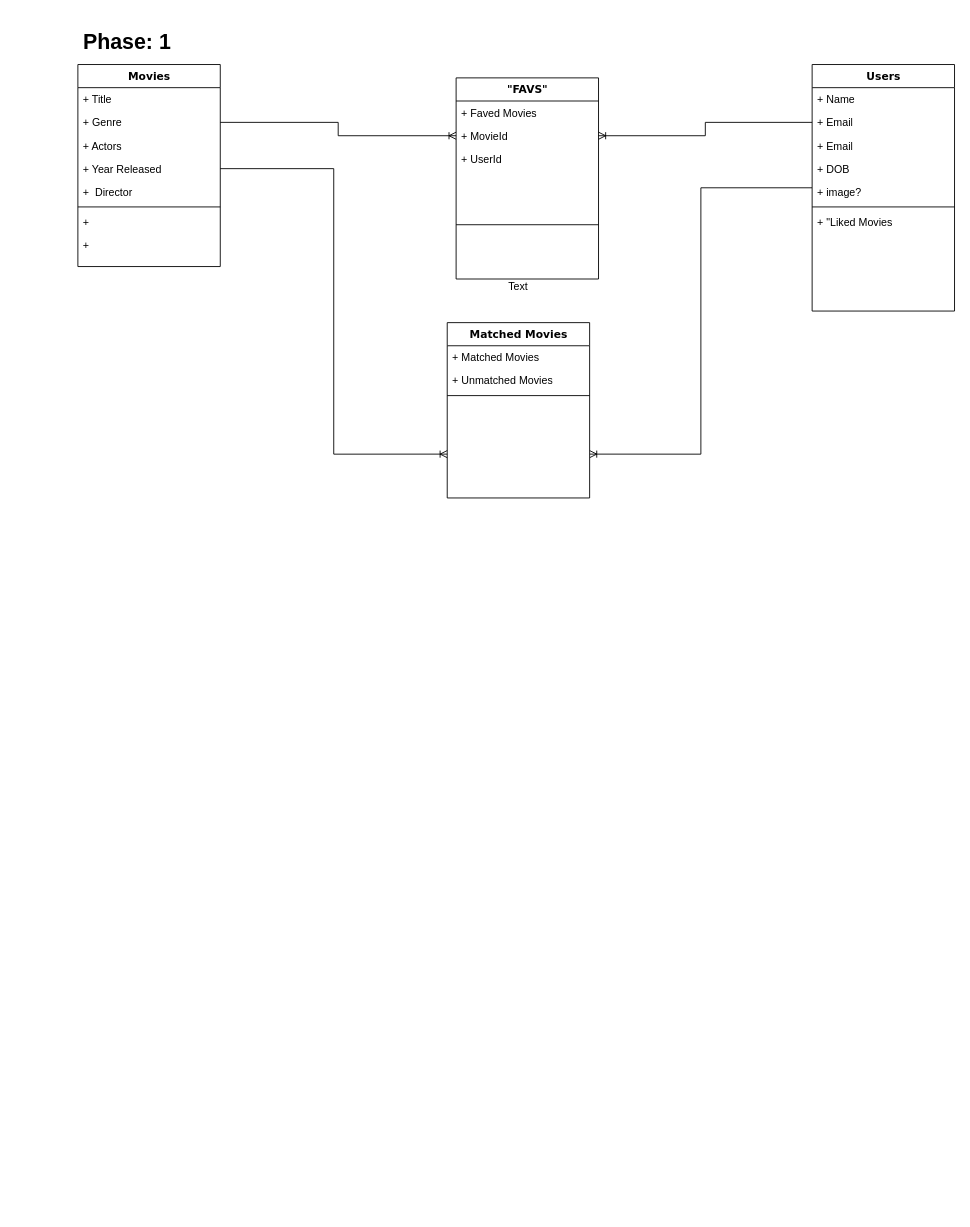
Magowntown/nextflix keeps this draw.io diagram as nextflix.drawio. Above is the earlier version. Source tidied: cells renumbered, new cells numbered last; positions are measured from the earlier drawing's top-left corner, leaving out a move shared by most shapes. Both pictures are drawn from the tidied source at 89%, with x=0, y=0 at pixel (77, 20).
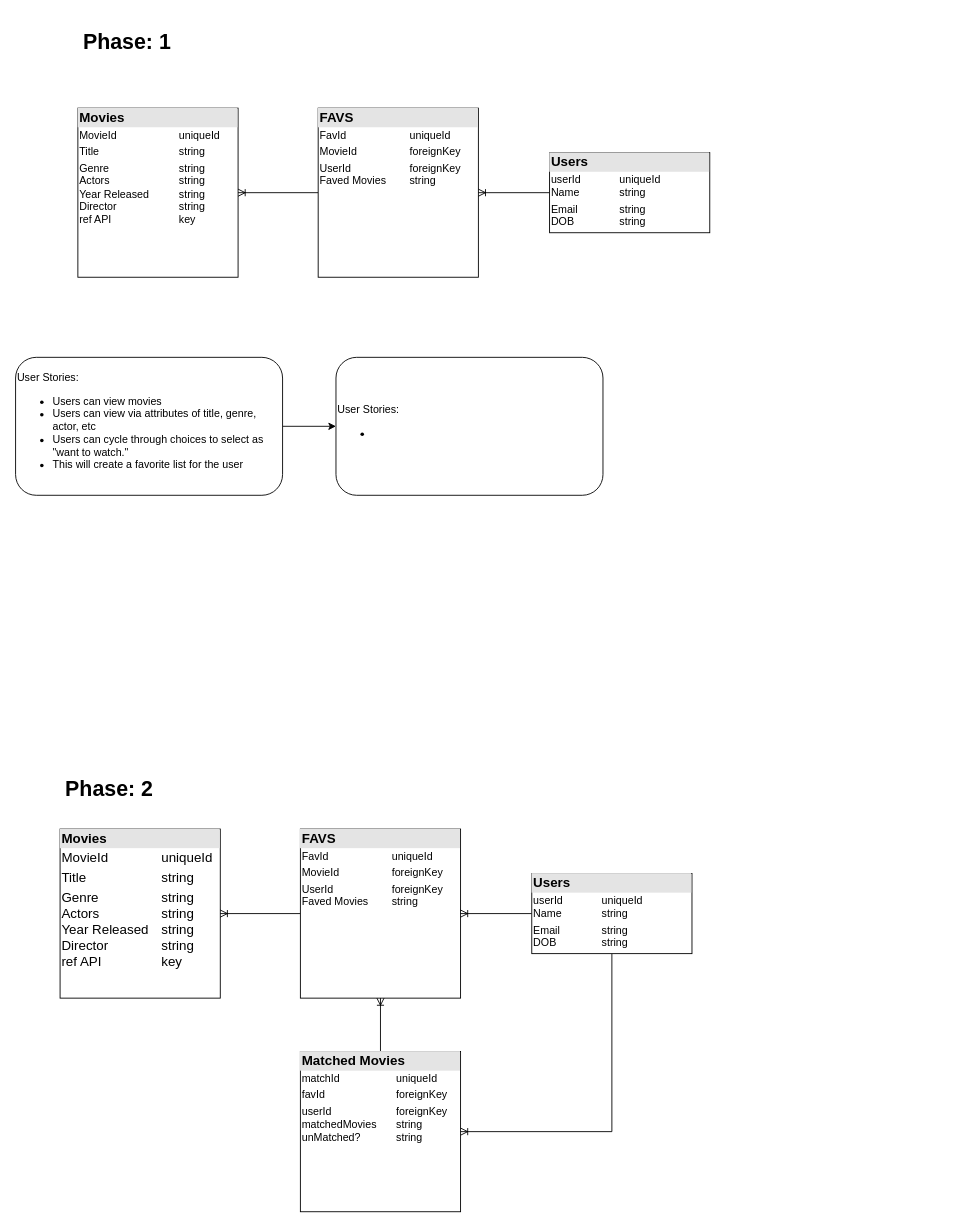
After the change.

Diff of the diagram source:
```diff
@@
-    <mxCell id="2" value="Movies" style="swimlane;html=1;fontStyle=1;align=center;verticalAlign=top;horizontal=1;startSize=26;swimlaneFillColor=#ffffff;rounded=0;shadow=0;comic=0;labelBackgroundColor=none;strokeWidth=1;fillColor=none;fontFamily=Verdana;fontSize=12;" parent="1" vertex="1">
-      <mxGeometry y="50" width="160" height="227" as="geometry" />
-    </mxCell>
-    <mxCell id="3" value="+ Title" style="text;html=1;strokeColor=none;fillColor=none;align=left;verticalAlign=top;spacingLeft=4;spacingRight=4;whiteSpace=wrap;overflow=hidden;" parent="2" vertex="1">
-      <mxGeometry y="26" width="160" height="26" as="geometry" />
-    </mxCell>
-    <mxCell id="4" value="+ Genre" style="text;html=1;strokeColor=none;fillColor=none;align=left;verticalAlign=top;spacingLeft=4;spacingRight=4;whiteSpace=wrap;overflow=hidden;points=[[0,0.5],[1,0.5]];portConstraint=eastwest;" parent="2" vertex="1">
-      <mxGeometry y="52" width="160" height="26" as="geometry" />
-    </mxCell>
-    <mxCell id="5" value="+ Actors" style="text;html=1;strokeColor=none;fillColor=none;align=left;verticalAlign=top;spacingLeft=4;spacingRight=4;whiteSpace=wrap;overflow=hidden;" parent="2" vertex="1">
-      <mxGeometry y="78" width="160" height="26" as="geometry" />
-    </mxCell>
-    <mxCell id="6" value="+ Year Released" style="text;html=1;strokeColor=none;fillColor=none;align=left;verticalAlign=top;spacingLeft=4;spacingRight=4;whiteSpace=wrap;overflow=hidden;points=[[0,0.5],[1,0.5]];portConstraint=eastwest;" parent="2" vertex="1">
-      <mxGeometry y="104" width="160" height="26" as="geometry" />
-    </mxCell>
-    <mxCell id="7" value="+&amp;nbsp; Director" style="text;html=1;strokeColor=none;fillColor=none;align=left;verticalAlign=top;spacingLeft=4;spacingRight=4;whiteSpace=wrap;overflow=hidden;" parent="2" vertex="1">
-      <mxGeometry y="130" width="160" height="26" as="geometry" />
-    </mxCell>
-    <mxCell id="8" style="line;html=1;strokeWidth=1;fillColor=none;align=left;verticalAlign=middle;spacingTop=-1;spacingLeft=3;spacingRight=3;labelPosition=right;" parent="2" vertex="1">
-      <mxGeometry y="156" width="160" height="8" as="geometry" />
-    </mxCell>
-    <mxCell id="9" value="+&amp;nbsp;" style="text;html=1;strokeColor=none;fillColor=none;align=left;verticalAlign=top;spacingLeft=4;spacingRight=4;whiteSpace=wrap;overflow=hidden;" parent="2" vertex="1">
-      <mxGeometry y="164" width="160" height="26" as="geometry" />
-    </mxCell>
-    <mxCell id="10" value="+" style="text;html=1;strokeColor=none;fillColor=none;align=left;verticalAlign=top;spacingLeft=4;spacingRight=4;whiteSpace=wrap;overflow=hidden;" parent="2" vertex="1">
-      <mxGeometry y="190" width="160" height="26" as="geometry" />
-    </mxCell>
-    <mxCell id="11" style="edgeStyle=orthogonalEdgeStyle;rounded=0;jettySize=auto;html=1;entryX=1;entryY=0.75;entryDx=0;entryDy=0;endArrow=ERoneToMany;endFill=0;" parent="1" edge="1" source="12" target="20">
-      <mxGeometry relative="1" as="geometry" />
-    </mxCell>
-    <mxCell id="12" value="Users" style="swimlane;html=1;fontStyle=1;align=center;verticalAlign=top;horizontal=1;startSize=26;swimlaneFillColor=#ffffff;rounded=0;shadow=0;comic=0;labelBackgroundColor=none;strokeWidth=1;fillColor=none;fontFamily=Verdana;fontSize=12;" parent="1" vertex="1">
-      <mxGeometry x="825" y="50" width="160" height="277" as="geometry" />
-    </mxCell>
-    <mxCell id="13" value="+ Name" style="text;html=1;strokeColor=none;fillColor=none;align=left;verticalAlign=top;spacingLeft=4;spacingRight=4;whiteSpace=wrap;overflow=hidden;" parent="12" vertex="1">
-      <mxGeometry y="26" width="160" height="26" as="geometry" />
-    </mxCell>
-    <mxCell id="14" value="+ Email" style="text;html=1;strokeColor=none;fillColor=none;align=left;verticalAlign=top;spacingLeft=4;spacingRight=4;whiteSpace=wrap;overflow=hidden;points=[[0,0.5],[1,0.5]];portConstraint=eastwest;" parent="12" vertex="1">
-      <mxGeometry y="52" width="160" height="26" as="geometry" />
-    </mxCell>
-    <mxCell id="15" value="+ Email" style="text;html=1;strokeColor=none;fillColor=none;align=left;verticalAlign=top;spacingLeft=4;spacingRight=4;whiteSpace=wrap;overflow=hidden;" parent="12" vertex="1">
-      <mxGeometry y="78" width="160" height="26" as="geometry" />
-    </mxCell>
-    <mxCell id="16" value="+ DOB" style="text;html=1;strokeColor=none;fillColor=none;align=left;verticalAlign=top;spacingLeft=4;spacingRight=4;whiteSpace=wrap;overflow=hidden;" parent="12" vertex="1">
-      <mxGeometry y="104" width="160" height="26" as="geometry" />
-    </mxCell>
-    <mxCell id="17" value="+ image?" style="text;html=1;strokeColor=none;fillColor=none;align=left;verticalAlign=top;spacingLeft=4;spacingRight=4;whiteSpace=wrap;overflow=hidden;" parent="12" vertex="1">
-      <mxGeometry y="130" width="160" height="26" as="geometry" />
-    </mxCell>
-    <mxCell id="18" style="line;html=1;strokeWidth=1;fillColor=none;align=left;verticalAlign=middle;spacingTop=-1;spacingLeft=3;spacingRight=3;labelPosition=right;" parent="12" vertex="1">
-      <mxGeometry y="156" width="160" height="8" as="geometry" />
-    </mxCell>
-    <mxCell id="19" value="+ &quot;Liked Movies" style="text;html=1;strokeColor=none;fillColor=none;align=left;verticalAlign=top;spacingLeft=4;spacingRight=4;whiteSpace=wrap;overflow=hidden;" parent="12" vertex="1">
-      <mxGeometry y="164" width="160" height="26" as="geometry" />
-    </mxCell>
-    <mxCell id="20" value="Matched Movies" style="swimlane;html=1;fontStyle=1;align=center;verticalAlign=top;horizontal=1;startSize=26;swimlaneFillColor=#ffffff;rounded=0;shadow=0;comic=0;labelBackgroundColor=none;strokeWidth=1;fillColor=none;fontFamily=Verdana;fontSize=12;" parent="1" vertex="1">
-      <mxGeometry x="415" y="340" width="160" height="197" as="geometry" />
-    </mxCell>
-    <mxCell id="21" value="+ Matched Movies" style="text;html=1;strokeColor=none;fillColor=none;align=left;verticalAlign=top;spacingLeft=4;spacingRight=4;whiteSpace=wrap;overflow=hidden;" parent="20" vertex="1">
-      <mxGeometry y="26" width="160" height="26" as="geometry" />
-    </mxCell>
-    <mxCell id="22" value="+ Unmatched Movies" style="text;html=1;strokeColor=none;fillColor=none;align=left;verticalAlign=top;spacingLeft=4;spacingRight=4;whiteSpace=wrap;overflow=hidden;" parent="20" vertex="1">
-      <mxGeometry y="52" width="160" height="26" as="geometry" />
-    </mxCell>
-    <mxCell id="23" style="line;html=1;strokeWidth=1;fillColor=none;align=left;verticalAlign=middle;spacingTop=-1;spacingLeft=3;spacingRight=3;labelPosition=right;" parent="20" vertex="1">
-      <mxGeometry y="78" width="160" height="8" as="geometry" />
-    </mxCell>
@@
-    <mxCell id="25" style="edgeStyle=orthogonalEdgeStyle;rounded=0;jettySize=auto;html=1;entryX=0;entryY=0.75;entryDx=0;entryDy=0;endArrow=ERoneToMany;endFill=0;" parent="1" edge="1" source="6" target="20">
-      <mxGeometry relative="1" as="geometry" />
-    </mxCell>
-    <mxCell id="26" value="&quot;FAVS&quot;" style="swimlane;html=1;fontStyle=1;align=center;verticalAlign=top;horizontal=1;startSize=26;swimlaneFillColor=#ffffff;rounded=0;shadow=0;comic=0;labelBackgroundColor=none;strokeWidth=1;fillColor=none;fontFamily=Verdana;fontSize=12;" parent="1" vertex="1">
-      <mxGeometry x="425" y="65" width="160" height="226" as="geometry" />
-    </mxCell>
-    <mxCell id="27" value="+ Faved Movies" style="text;html=1;strokeColor=none;fillColor=none;align=left;verticalAlign=top;spacingLeft=4;spacingRight=4;whiteSpace=wrap;overflow=hidden;" parent="26" vertex="1">
-      <mxGeometry y="26" width="160" height="26" as="geometry" />
-    </mxCell>
-    <mxCell id="28" value="+ MovieId" style="text;html=1;strokeColor=none;fillColor=none;align=left;verticalAlign=top;spacingLeft=4;spacingRight=4;whiteSpace=wrap;overflow=hidden;points=[[0,0.5],[1,0.5]];portConstraint=eastwest;" parent="26" vertex="1">
-      <mxGeometry y="52" width="160" height="26" as="geometry" />
-    </mxCell>
-    <mxCell id="29" value="+ UserId" style="text;html=1;strokeColor=none;fillColor=none;align=left;verticalAlign=top;spacingLeft=4;spacingRight=4;whiteSpace=wrap;overflow=hidden;" parent="26" vertex="1">
-      <mxGeometry y="78" width="160" height="26" as="geometry" />
-    </mxCell>
-    <mxCell id="30" style="line;html=1;strokeWidth=1;fillColor=none;align=left;verticalAlign=middle;spacingTop=-1;spacingLeft=3;spacingRight=3;labelPosition=right;" parent="26" vertex="1">
-      <mxGeometry y="104" width="160" height="122" as="geometry" />
-    </mxCell>
-    <mxCell id="31" style="edgeStyle=orthogonalEdgeStyle;rounded=0;jettySize=auto;html=1;endArrow=ERoneToMany;endFill=0;" parent="1" edge="1" source="14" target="28">
-      <mxGeometry relative="1" as="geometry" />
-    </mxCell>
-    <mxCell id="32" value="Text" style="text;html=1;strokeColor=none;fillColor=none;align=center;verticalAlign=middle;whiteSpace=wrap;rounded=0;" parent="1" vertex="1">
-      <mxGeometry x="475" y="290" width="40" height="20" as="geometry" />
-    </mxCell>
-    <mxCell id="33" style="edgeStyle=orthogonalEdgeStyle;rounded=0;jettySize=auto;html=1;entryX=0;entryY=0.5;entryDx=0;entryDy=0;endArrow=ERoneToMany;endFill=0;" parent="1" edge="1" source="4" target="28">
-      <mxGeometry relative="1" as="geometry" />
-    </mxCell>
+    <mxCell id="34" value="&lt;h1&gt;Phase: 2&lt;/h1&gt;" style="text;html=1;align=center;verticalAlign=middle;" parent="1" vertex="1">
+      <mxGeometry x="-20" y="839" width="110" height="50" as="geometry" />
+    </mxCell>
+    <mxCell id="35" value="&lt;div style=&quot;box-sizing: border-box ; width: 100% ; background: #e4e4e4 ; padding: 2px&quot;&gt;&lt;b&gt;&lt;font style=&quot;font-size: 15px&quot;&gt;Movies&lt;/font&gt;&lt;/b&gt;&lt;/div&gt;&lt;table style=&quot;width: 100% ; font-size: 1em&quot; cellpadding=&quot;2&quot; cellspacing=&quot;0&quot;&gt;&lt;tbody&gt;&lt;tr&gt;&lt;td&gt;MovieId&lt;/td&gt;&lt;td&gt;uniqueId&lt;/td&gt;&lt;/tr&gt;&lt;tr&gt;&lt;td&gt;Title&lt;/td&gt;&lt;td&gt;string&lt;/td&gt;&lt;/tr&gt;&lt;tr&gt;&lt;td&gt;Genre&lt;br&gt;Actors&lt;br&gt;Year Released&lt;br&gt;Director&lt;br&gt;ref API&lt;br&gt;&lt;br&gt;&lt;/td&gt;&lt;td&gt;string&lt;br&gt;string&lt;br&gt;string&lt;br&gt;string&lt;br&gt;key&lt;br&gt;&lt;br&gt;&lt;/td&gt;&lt;/tr&gt;&lt;/tbody&gt;&lt;/table&gt;" style="verticalAlign=top;align=left;overflow=fill;html=1;" parent="1" vertex="1">
+      <mxGeometry y="99" width="180" height="190" as="geometry" />
+    </mxCell>
+    <mxCell id="36" style="edgeStyle=orthogonalEdgeStyle;rounded=0;jettySize=auto;html=1;entryX=1;entryY=0.5;entryDx=0;entryDy=0;endArrow=ERoneToMany;endFill=0;" parent="1" edge="1" source="37" target="35">
+      <mxGeometry relative="1" as="geometry" />
+    </mxCell>
+    <mxCell id="37" value="&lt;div style=&quot;box-sizing: border-box ; width: 100% ; background: #e4e4e4 ; padding: 2px&quot;&gt;&lt;b&gt;&lt;font style=&quot;font-size: 15px&quot;&gt;FAVS&lt;/font&gt;&lt;/b&gt;&lt;/div&gt;&lt;table style=&quot;width: 100% ; font-size: 1em&quot; cellpadding=&quot;2&quot; cellspacing=&quot;0&quot;&gt;&lt;tbody&gt;&lt;tr&gt;&lt;td&gt;FavId&lt;/td&gt;&lt;td&gt;uniqueId&lt;/td&gt;&lt;/tr&gt;&lt;tr&gt;&lt;td&gt;MovieId&lt;/td&gt;&lt;td&gt;foreignKey&lt;/td&gt;&lt;/tr&gt;&lt;tr&gt;&lt;td&gt;UserId&lt;br&gt;Faved Movies&lt;/td&gt;&lt;td&gt;foreignKey&lt;br&gt;string&lt;/td&gt;&lt;/tr&gt;&lt;/tbody&gt;&lt;/table&gt;" style="verticalAlign=top;align=left;overflow=fill;html=1;" parent="1" vertex="1">
+      <mxGeometry x="270" y="99" width="180" height="190" as="geometry" />
+    </mxCell>
+    <mxCell id="38" style="edgeStyle=orthogonalEdgeStyle;rounded=0;jettySize=auto;html=1;entryX=1;entryY=0.5;entryDx=0;entryDy=0;endArrow=ERoneToMany;endFill=0;" parent="1" edge="1" source="39" target="37">
+      <mxGeometry relative="1" as="geometry" />
+    </mxCell>
+    <mxCell id="39" value="&lt;div style=&quot;box-sizing: border-box ; width: 100% ; background: #e4e4e4 ; padding: 2px&quot;&gt;&lt;b&gt;&lt;font style=&quot;font-size: 15px&quot;&gt;Users&lt;/font&gt;&lt;/b&gt;&lt;/div&gt;&lt;table style=&quot;width: 100% ; font-size: 1em&quot; cellpadding=&quot;2&quot; cellspacing=&quot;0&quot;&gt;&lt;tbody&gt;&lt;tr&gt;&lt;td&gt;userId&lt;br&gt;Name&lt;/td&gt;&lt;td&gt;uniqueId&lt;br&gt;string&lt;/td&gt;&lt;/tr&gt;&lt;tr&gt;&lt;td&gt;Email&lt;br&gt;DOB&lt;br&gt;&lt;br&gt;&lt;/td&gt;&lt;td&gt;string&lt;br&gt;string&lt;br&gt;&lt;br&gt;&lt;/td&gt;&lt;/tr&gt;&lt;tr&gt;&lt;td&gt;&lt;/td&gt;&lt;td&gt;&lt;br&gt;&lt;/td&gt;&lt;/tr&gt;&lt;/tbody&gt;&lt;/table&gt;" style="verticalAlign=top;align=left;overflow=fill;html=1;" parent="1" vertex="1">
+      <mxGeometry x="530" y="149" width="180" height="90" as="geometry" />
+    </mxCell>
+    <mxCell id="40" value="&lt;div style=&quot;box-sizing: border-box ; width: 100% ; background: rgb(228 , 228 , 228) ; padding: 2px ; font-size: 15px&quot;&gt;&lt;b&gt;&lt;font style=&quot;font-size: 15px&quot;&gt;Movies&lt;/font&gt;&lt;/b&gt;&lt;/div&gt;&lt;table style=&quot;width: 100% ; font-size: 15px&quot; cellpadding=&quot;2&quot; cellspacing=&quot;0&quot;&gt;&lt;tbody&gt;&lt;tr&gt;&lt;td&gt;MovieId&lt;/td&gt;&lt;td&gt;uniqueId&lt;/td&gt;&lt;/tr&gt;&lt;tr&gt;&lt;td&gt;Title&lt;/td&gt;&lt;td&gt;string&lt;/td&gt;&lt;/tr&gt;&lt;tr&gt;&lt;td&gt;Genre&lt;br&gt;Actors&lt;br&gt;Year Released&lt;br&gt;Director&lt;br&gt;ref API&lt;br&gt;&lt;br&gt;&lt;/td&gt;&lt;td&gt;string&lt;br&gt;string&lt;br&gt;string&lt;br&gt;string&lt;br&gt;key&lt;br&gt;&lt;br&gt;&lt;/td&gt;&lt;/tr&gt;&lt;/tbody&gt;&lt;/table&gt;" style="verticalAlign=top;align=left;overflow=fill;html=1;" parent="1" vertex="1">
+      <mxGeometry x="-20" y="909" width="180" height="190" as="geometry" />
+    </mxCell>
+    <mxCell id="41" style="edgeStyle=orthogonalEdgeStyle;rounded=0;jettySize=auto;html=1;entryX=1;entryY=0.5;entryDx=0;entryDy=0;endArrow=ERoneToMany;endFill=0;" parent="1" edge="1" source="42" target="40">
+      <mxGeometry relative="1" as="geometry" />
+    </mxCell>
+    <mxCell id="42" value="&lt;div style=&quot;box-sizing: border-box ; width: 100% ; background: #e4e4e4 ; padding: 2px&quot;&gt;&lt;b&gt;&lt;font style=&quot;font-size: 15px&quot;&gt;FAVS&lt;/font&gt;&lt;/b&gt;&lt;/div&gt;&lt;table style=&quot;width: 100% ; font-size: 1em&quot; cellpadding=&quot;2&quot; cellspacing=&quot;0&quot;&gt;&lt;tbody&gt;&lt;tr&gt;&lt;td&gt;FavId&lt;/td&gt;&lt;td&gt;uniqueId&lt;/td&gt;&lt;/tr&gt;&lt;tr&gt;&lt;td&gt;MovieId&lt;/td&gt;&lt;td&gt;foreignKey&lt;/td&gt;&lt;/tr&gt;&lt;tr&gt;&lt;td&gt;UserId&lt;br&gt;Faved Movies&lt;/td&gt;&lt;td&gt;foreignKey&lt;br&gt;string&lt;/td&gt;&lt;/tr&gt;&lt;/tbody&gt;&lt;/table&gt;" style="verticalAlign=top;align=left;overflow=fill;html=1;" parent="1" vertex="1">
+      <mxGeometry x="250" y="909" width="180" height="190" as="geometry" />
+    </mxCell>
+    <mxCell id="43" style="edgeStyle=orthogonalEdgeStyle;rounded=0;jettySize=auto;html=1;entryX=1;entryY=0.5;entryDx=0;entryDy=0;endArrow=ERoneToMany;endFill=0;" parent="1" edge="1" source="45" target="42">
+      <mxGeometry relative="1" as="geometry" />
+    </mxCell>
+    <mxCell id="44" style="edgeStyle=orthogonalEdgeStyle;rounded=0;jettySize=auto;html=1;entryX=1;entryY=0.5;entryDx=0;entryDy=0;endArrow=ERoneToMany;endFill=0;exitX=0.5;exitY=1;exitDx=0;exitDy=0;" parent="1" edge="1" source="45" target="47">
+      <mxGeometry relative="1" as="geometry" />
+    </mxCell>
+    <mxCell id="45" value="&lt;div style=&quot;box-sizing: border-box ; width: 100% ; background: #e4e4e4 ; padding: 2px&quot;&gt;&lt;b&gt;&lt;font style=&quot;font-size: 15px&quot;&gt;Users&lt;/font&gt;&lt;/b&gt;&lt;/div&gt;&lt;table style=&quot;width: 100% ; font-size: 1em&quot; cellpadding=&quot;2&quot; cellspacing=&quot;0&quot;&gt;&lt;tbody&gt;&lt;tr&gt;&lt;td&gt;userId&lt;br&gt;Name&lt;/td&gt;&lt;td&gt;uniqueId&lt;br&gt;string&lt;/td&gt;&lt;/tr&gt;&lt;tr&gt;&lt;td&gt;Email&lt;br&gt;DOB&lt;br&gt;&lt;br&gt;&lt;/td&gt;&lt;td&gt;string&lt;br&gt;string&lt;br&gt;&lt;br&gt;&lt;/td&gt;&lt;/tr&gt;&lt;tr&gt;&lt;td&gt;&lt;/td&gt;&lt;td&gt;&lt;br&gt;&lt;/td&gt;&lt;/tr&gt;&lt;/tbody&gt;&lt;/table&gt;" style="verticalAlign=top;align=left;overflow=fill;html=1;" parent="1" vertex="1">
+      <mxGeometry x="510" y="959" width="180" height="90" as="geometry" />
+    </mxCell>
+    <mxCell id="46" style="edgeStyle=orthogonalEdgeStyle;rounded=0;jettySize=auto;html=1;entryX=0.5;entryY=1;entryDx=0;entryDy=0;endArrow=ERoneToMany;endFill=0;" parent="1" edge="1" source="47" target="42">
+      <mxGeometry relative="1" as="geometry" />
+    </mxCell>
+    <mxCell id="47" value="&lt;div style=&quot;box-sizing: border-box ; width: 100% ; background: #e4e4e4 ; padding: 2px&quot;&gt;&lt;b&gt;&lt;font style=&quot;font-size: 15px&quot;&gt;Matched Movies&lt;/font&gt;&lt;/b&gt;&lt;/div&gt;&lt;table style=&quot;width: 100% ; font-size: 1em&quot; cellpadding=&quot;2&quot; cellspacing=&quot;0&quot;&gt;&lt;tbody&gt;&lt;tr&gt;&lt;td&gt;matchId&lt;/td&gt;&lt;td&gt;uniqueId&lt;/td&gt;&lt;/tr&gt;&lt;tr&gt;&lt;td&gt;favId&lt;/td&gt;&lt;td&gt;foreignKey&lt;/td&gt;&lt;/tr&gt;&lt;tr&gt;&lt;td&gt;userId&lt;br&gt;matchedMovies&lt;br&gt;unMatched?&lt;br&gt;&lt;br&gt;&lt;/td&gt;&lt;td&gt;foreignKey&lt;br&gt;string&lt;br&gt;string&lt;br&gt;&lt;br&gt;&lt;/td&gt;&lt;/tr&gt;&lt;/tbody&gt;&lt;/table&gt;" style="verticalAlign=top;align=left;overflow=fill;html=1;" parent="1" vertex="1">
+      <mxGeometry x="250" y="1159" width="180" height="180" as="geometry" />
+    </mxCell>
+    <mxCell id="48" style="edgeStyle=orthogonalEdgeStyle;rounded=0;jettySize=auto;html=1;entryX=0;entryY=0.5;entryDx=0;entryDy=0;endArrow=classic;endFill=1;" parent="1" edge="1" source="49" target="50">
+      <mxGeometry relative="1" as="geometry" />
+    </mxCell>
+    <mxCell id="49" value="User Stories:&lt;br&gt;&lt;ul&gt;&lt;li&gt;Users can view movies&lt;/li&gt;&lt;li&gt;Users can view via attributes of title, genre, actor, etc&lt;/li&gt;&lt;li&gt;Users can cycle through choices to select as &quot;want to watch.&quot;&lt;/li&gt;&lt;li&gt;This will create a favorite list for the user&lt;/li&gt;&lt;/ul&gt;" style="rounded=1;whiteSpace=wrap;html=1;align=left;" parent="1" vertex="1">
+      <mxGeometry x="-70" y="379" width="300" height="155" as="geometry" />
+    </mxCell>
+    <mxCell id="50" value="User Stories:&lt;br&gt;&lt;ul&gt;&lt;li&gt;&lt;br&gt;&lt;/li&gt;&lt;/ul&gt;" style="rounded=1;whiteSpace=wrap;html=1;align=left;" parent="1" vertex="1">
+      <mxGeometry x="290" y="379" width="300" height="155" as="geometry" />
+    </mxCell>
```
